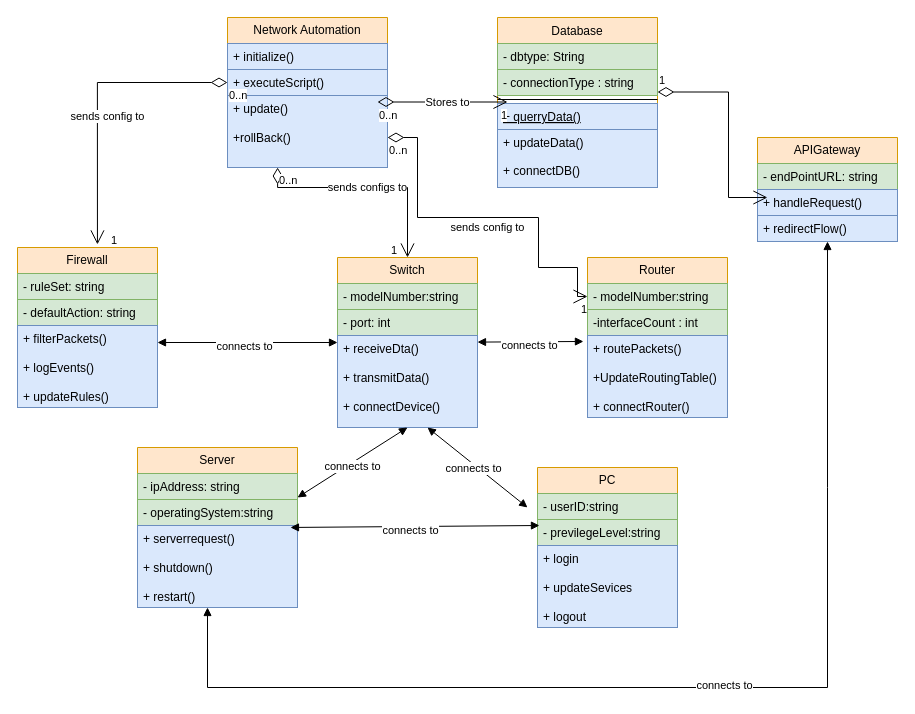
MDHaggai/NetworkAutomation keeps this draw.io diagram as Untitled Diagram.drawio. Above is the earlier version. Source tidied: cells renumbered, new cells numbered last; positions are measured from the earlier drawing's top-left corner, leaving out a move shared by most shapes. Both pictures are drawn from the tidied source at 100%, with x=0, y=0 at pixel (17, 17).
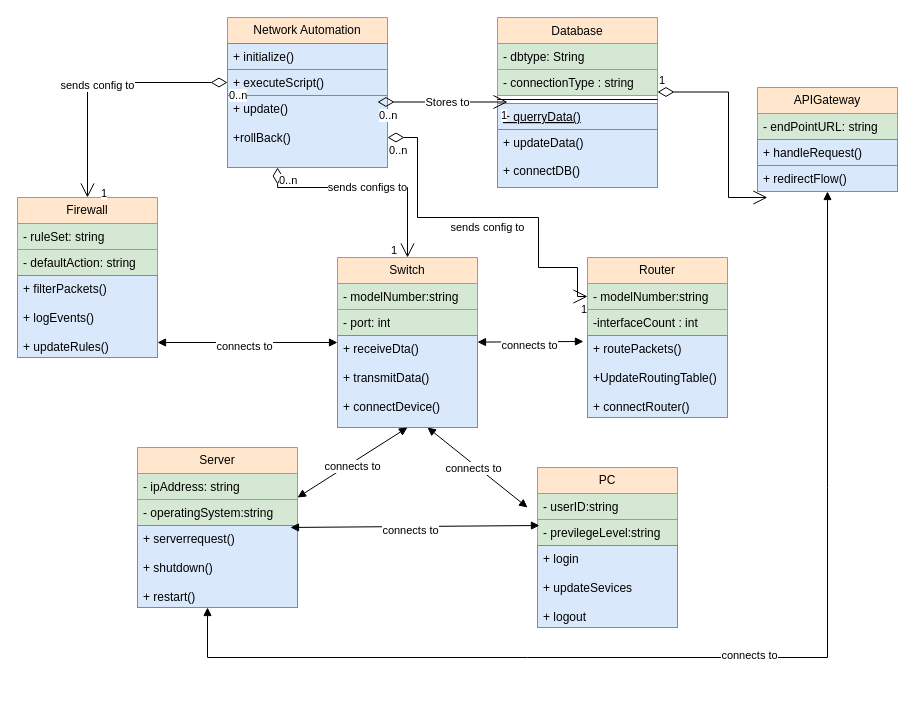
The same page after the edit.

The change refers to these unchanged cells:
```xml
<mxCell id="26" value="+ executeScript()" style="text;strokeColor=#6c8ebf;fillColor=#dae8fc;align=left;verticalAlign=top;spacingLeft=4;spacingRight=4;overflow=hidden;points=[[0,0.5],[1,0.5]];portConstraint=eastwest;whiteSpace=wrap;html=1;" parent="24" vertex="1">
  <mxGeometry y="52" width="160" height="26" as="geometry" />
</mxCell>
<mxCell id="30" value="+ handleRequest()" style="text;strokeColor=#6c8ebf;fillColor=#dae8fc;align=left;verticalAlign=top;spacingLeft=4;spacingRight=4;overflow=hidden;points=[[0,0.5],[1,0.5]];portConstraint=eastwest;whiteSpace=wrap;html=1;" parent="28" vertex="1">
  <mxGeometry y="52" width="140" height="26" as="geometry" />
</mxCell>
```

Diff of the diagram source:
```diff
@@
     <mxCell id="12" value="Firewall" style="swimlane;fontStyle=0;horizontal=1;startSize=26;fillColor=#ffe6cc;whiteSpace=wrap;html=1;strokeColor=#d79b00;" parent="1" vertex="1">
-      <mxGeometry y="230" width="140" height="160" as="geometry" />
+      <mxGeometry y="180" width="140" height="160" as="geometry" />
     </mxCell>
@@
     <mxCell id="28" value="APIGateway" style="swimlane;fontStyle=0;horizontal=1;startSize=26;fillColor=#ffe6cc;whiteSpace=wrap;html=1;strokeColor=#d79b00;" parent="1" vertex="1">
-      <mxGeometry x="740" y="120" width="140" height="104" as="geometry" />
+      <mxGeometry x="740" y="70" width="140" height="104" as="geometry" />
     </mxCell>
@@
-    <mxCell id="39" value="1" style="endArrow=open;html=1;endSize=12;startArrow=diamondThin;startSize=14;startFill=0;edgeStyle=orthogonalEdgeStyle;align=left;verticalAlign=bottom;rounded=0;entryX=0.071;entryY=0.308;entryDx=0;entryDy=0;entryPerimeter=0;" parent="1" edge="1" target="30">
+    <mxCell id="39" value="1" style="endArrow=open;html=1;endSize=12;startArrow=diamondThin;startSize=14;startFill=0;edgeStyle=orthogonalEdgeStyle;align=left;verticalAlign=bottom;rounded=0;entryX=0.071;entryY=0.308;entryDx=0;entryDy=0;entryPerimeter=0;" parent="1" edge="1">
       <mxGeometry x="-1" y="3" relative="1" as="geometry">
         <mxPoint x="640" y="74.5" as="sourcePoint" />
+        <mxPoint x="749.9" y="180" as="targetPoint" />
         <Array as="points">
           <mxPoint x="711" y="75" />
           <mxPoint x="711" y="180" />
         </Array>
       </mxGeometry>
     </mxCell>
@@
-    <mxCell id="56" value="sends config to" style="endArrow=open;html=1;endSize=12;startArrow=diamondThin;startSize=14;startFill=0;edgeStyle=orthogonalEdgeStyle;rounded=0;entryX=0.571;entryY=-0.019;entryDx=0;entryDy=0;entryPerimeter=0;exitX=0;exitY=0.5;exitDx=0;exitDy=0;" parent="1" edge="1" source="26" target="12">
+    <mxCell id="56" value="sends config to" style="endArrow=open;html=1;endSize=12;startArrow=diamondThin;startSize=14;startFill=0;edgeStyle=orthogonalEdgeStyle;rounded=0;entryX=0.5;entryY=0;entryDx=0;entryDy=0;exitX=0;exitY=0.5;exitDx=0;exitDy=0;" parent="1" edge="1" source="26" target="12">
       <mxGeometry x="0.12" y="10" relative="1" as="geometry" />
     </mxCell>
@@
     <mxCell id="59" style="endArrow=block;startArrow=block;endFill=1;startFill=1;html=1;rounded=0;exitX=0.5;exitY=1;exitDx=0;exitDy=0;" parent="1" edge="1" source="28">
       <mxGeometry relative="1" as="geometry">
         <mxPoint x="190" y="590" as="targetPoint" />
         <Array as="points">
           <mxPoint x="810" y="470" />
-          <mxPoint x="810" y="670" />
-          <mxPoint x="190" y="670" />
+          <mxPoint x="810" y="640" />
+          <mxPoint x="510" y="640" />
+          <mxPoint x="190" y="640" />
         </Array>
       </mxGeometry>
     </mxCell>
```
